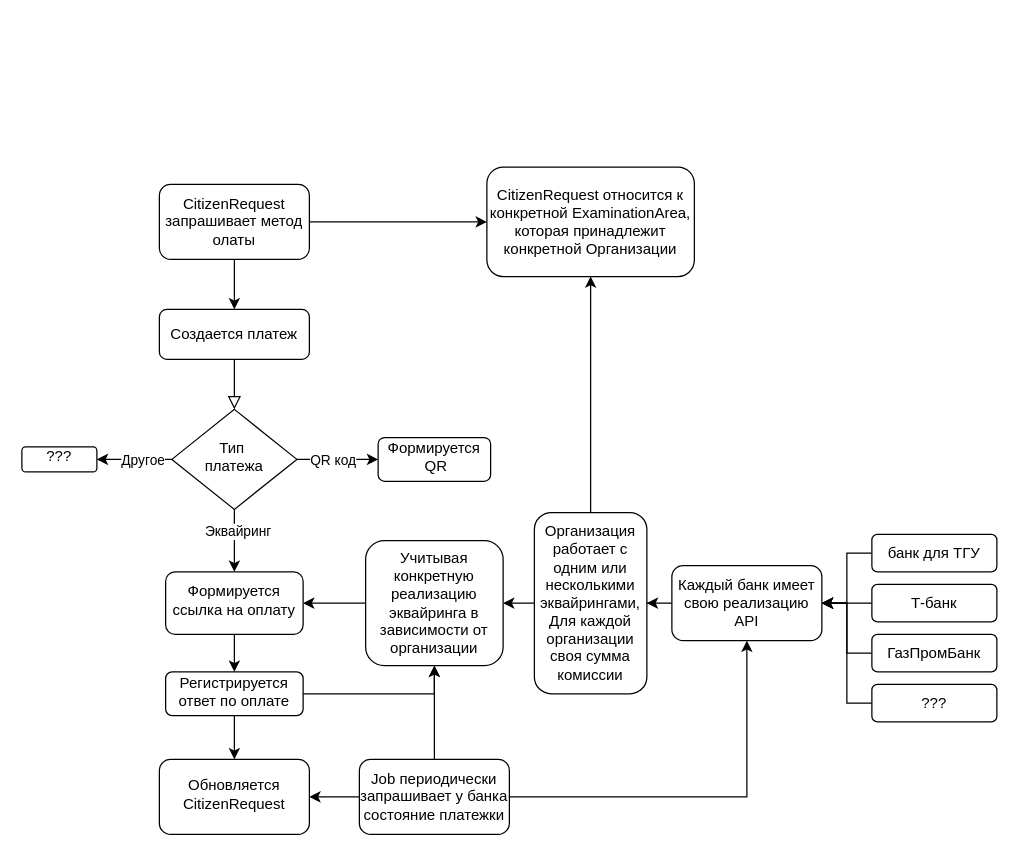
This is Диаграмма без названия.drawio from galemwendar/galemwendar, a draw.io file, before an edit. Source tidied: cells renumbered, new cells numbered last; positions are measured from the earlier drawing's top-left corner, leaving out a move shared by most shapes. Both pictures are drawn from the tidied source at 125%, with x=0, y=0 at pixel (21, 166).
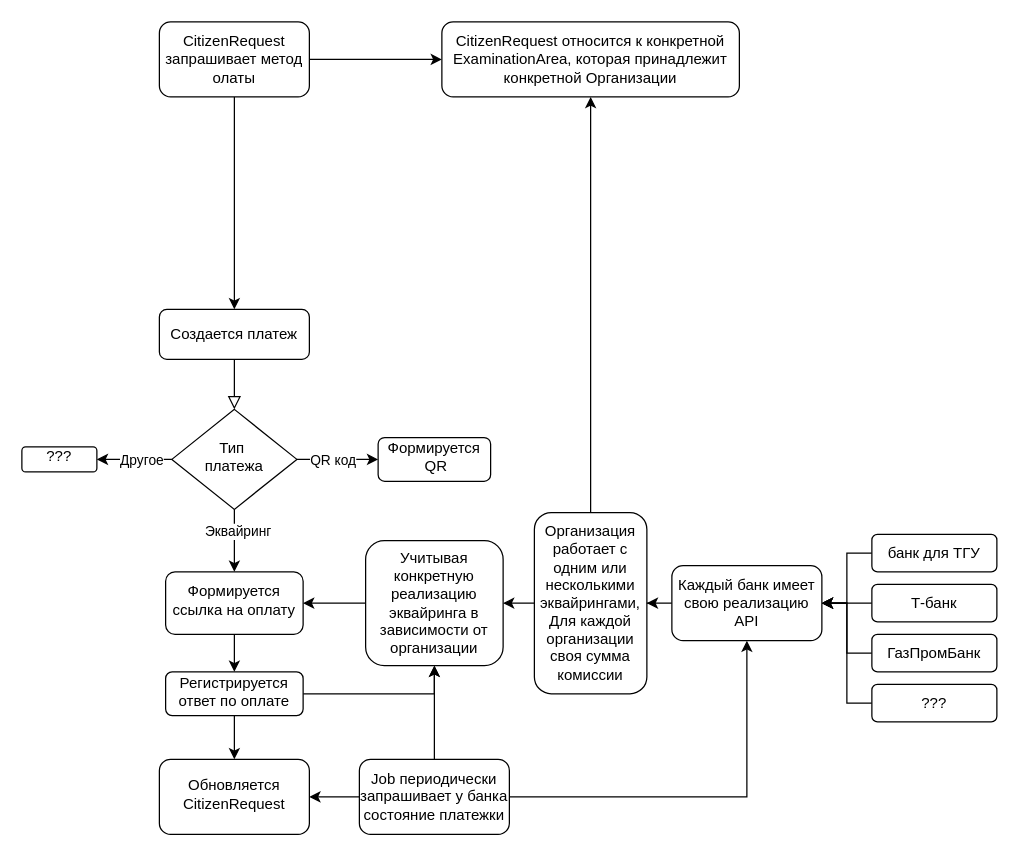
The same page after the edit.

The change refers to these unchanged cells:
```xml
<mxCell id="10" value="&lt;div&gt;Тип&amp;nbsp;&lt;/div&gt;&lt;div&gt;платежа&lt;/div&gt;" style="rhombus;whiteSpace=wrap;html=1;shadow=0;fontFamily=Helvetica;fontSize=12;align=center;strokeWidth=1;spacing=6;spacingTop=-4;" parent="1" vertex="1">
  <mxGeometry x="120" y="194" width="100" height="80" as="geometry" />
</mxCell>
<mxCell id="11" value="&lt;div&gt;???&lt;/div&gt;" style="rounded=1;whiteSpace=wrap;html=1;shadow=0;strokeWidth=1;spacing=6;spacingTop=-4;" parent="1" vertex="1">
  <mxGeometry y="224" width="60" height="20" as="geometry" />
</mxCell>
```

The edit, as a diff of the source:
```diff
@@
-    <mxCell id="4" style="edgeStyle=orthogonalEdgeStyle;rounded=0;jettySize=auto;html=1;" parent="1" edge="1" source="10" target="11">
-      <mxGeometry relative="1" as="geometry" />
+    <mxCell id="4" style="edgeStyle=orthogonalEdgeStyle;rounded=0;jettySize=auto;html=1;" parent="1" edge="1" source="10">
+      <mxGeometry relative="1" as="geometry">
+        <mxPoint x="60" y="234" as="targetPoint" />
+      </mxGeometry>
     </mxCell>
@@
     <mxCell id="27" value="CitizenRequest запрашивает метод олаты" style="rounded=1;whiteSpace=wrap;html=1;" parent="1" vertex="1">
-      <mxGeometry x="110" y="14" width="120" height="60" as="geometry" />
+      <mxGeometry x="110" y="-116" width="120" height="60" as="geometry" />
     </mxCell>
@@
     <mxCell id="41" value="CitizenRequest относится к конкретной ExaminationArea, которая принадлежит конкретной Организации" style="whiteSpace=wrap;html=1;rounded=1;" parent="1" vertex="1">
-      <mxGeometry x="372" y="0.2" width="166" height="87.5" as="geometry" />
+      <mxGeometry x="336" y="-116" width="238" height="60" as="geometry" />
     </mxCell>
```
